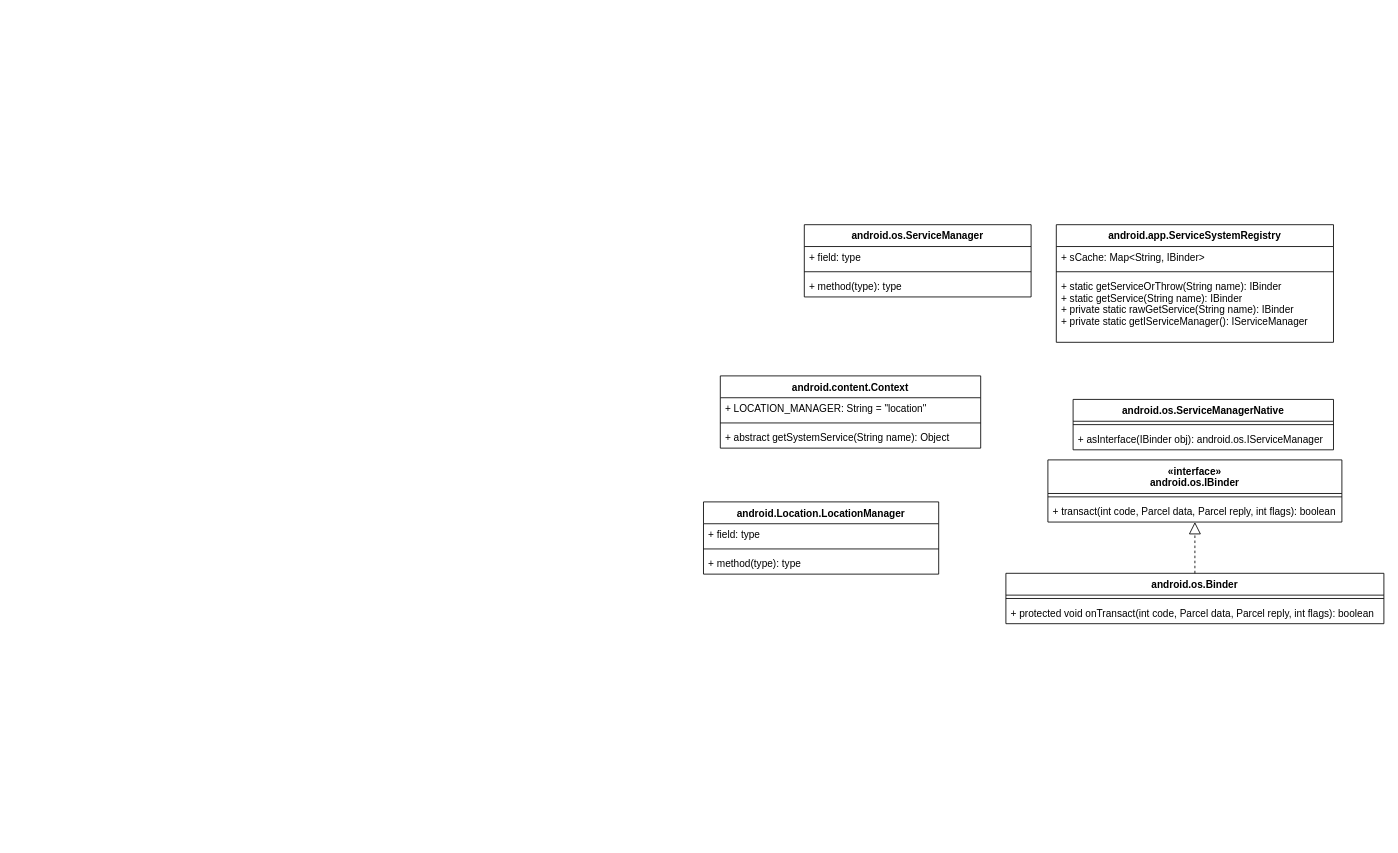
gogama/ruminations keeps this draw.io diagram as android/devices/cedric/gps.conf/cedric-location-system.drawio. Above is the earlier version. Source tidied: cells renumbered, new cells numbered last; positions are measured from the earlier drawing's top-left corner, leaving out a move shared by most shapes. Both pictures are drawn from the tidied source at 84%, with x=0, y=0 at pixel (703, 224).
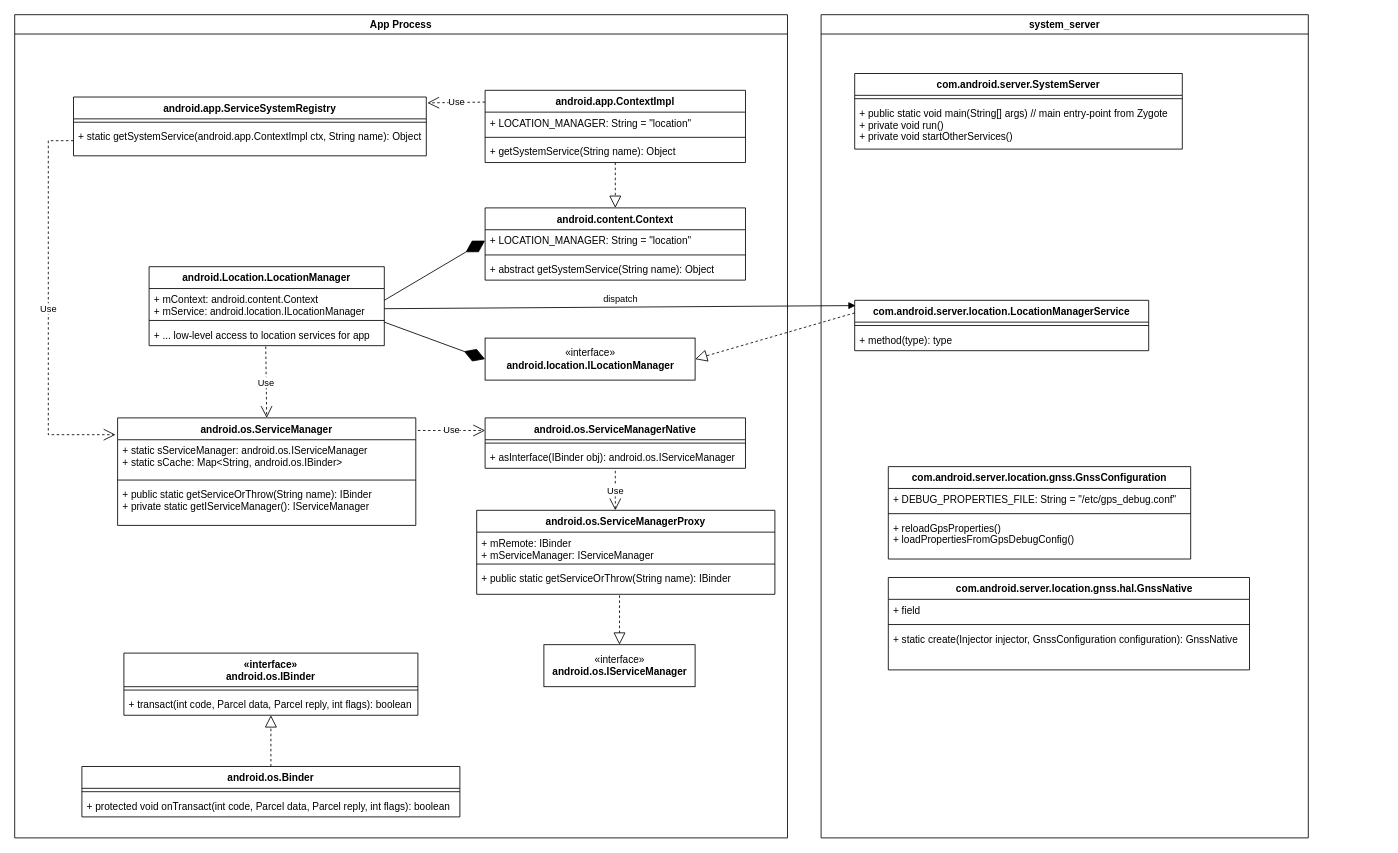
Above is the later version.

Commit message:
Update UML-ish diagram of cedric location system

From what I can tell so far, it seems that any configuration you want
to overlay over whatever comes from the "carrier configuration" must
come from `/etc/gps_debug.conf`, but we shall see.

Unchanged cells that the change refers to:
```xml
<mxCell id="20" value="+ asInterface(IBinder obj): android.os.IServiceManager" style="text;strokeColor=none;fillColor=none;align=left;verticalAlign=top;spacingLeft=4;spacingRight=4;overflow=hidden;points=[[0,0.5],[1,0.5]];portConstraint=eastwest;" parent="18" vertex="1">
  <mxGeometry y="34" width="310" height="26" as="geometry" />
</mxCell>
```

Diff of the diagram source:
```diff
@@
+    <mxCell id="28" value="App Process" style="swimlane;" parent="1" vertex="1">
+      <mxGeometry x="-820" y="-250" width="920" height="980" as="geometry" />
+    </mxCell>
+    <mxCell id="29" value="Use" style="endArrow=open;endSize=12;dashed=1;html=1;rounded=0;exitX=0;exitY=0.5;exitDx=0;exitDy=0;" parent="28" edge="1" source="35">
+      <mxGeometry relative="1" as="geometry">
+        <mxPoint x="120" y="500" as="targetPoint" />
+        <Array as="points">
+          <mxPoint x="40" y="150" />
+          <mxPoint x="40" y="500" />
+        </Array>
+      </mxGeometry>
+    </mxCell>
+    <mxCell id="30" value="android.app.ContextImpl" style="swimlane;fontStyle=1;align=center;verticalAlign=top;horizontal=1;startSize=26;" parent="28" vertex="1">
+      <mxGeometry x="560" y="90" width="310" height="86" as="geometry" />
+    </mxCell>
+    <mxCell id="31" value="+ LOCATION_MANAGER: String = &quot;location&quot;" style="text;strokeColor=none;fillColor=none;align=left;verticalAlign=top;spacingLeft=4;spacingRight=4;overflow=hidden;" parent="30" vertex="1">
+      <mxGeometry y="26" width="310" height="26" as="geometry" />
+    </mxCell>
+    <mxCell id="32" style="line;strokeWidth=1;fillColor=none;align=left;verticalAlign=middle;spacingTop=-1;spacingLeft=3;spacingRight=3;labelPosition=right;" parent="30" vertex="1">
+      <mxGeometry y="52" width="310" height="8" as="geometry" />
+    </mxCell>
+    <mxCell id="33" value="+ getSystemService(String name): Object" style="text;strokeColor=none;fillColor=none;align=left;verticalAlign=top;spacingLeft=4;spacingRight=4;overflow=hidden;points=[[0,0.5],[1,0.5]];portConstraint=eastwest;" parent="30" vertex="1">
+      <mxGeometry y="60" width="310" height="26" as="geometry" />
+    </mxCell>
+    <mxCell id="14" value="android.app.ServiceSystemRegistry" style="swimlane;fontStyle=1;align=center;verticalAlign=top;horizontal=1;startSize=26;" parent="28" vertex="1">
+      <mxGeometry x="70" y="98" width="420" height="70" as="geometry" />
+    </mxCell>
+    <mxCell id="34" style="line;strokeWidth=1;fillColor=none;align=left;verticalAlign=middle;spacingTop=-1;spacingLeft=3;spacingRight=3;labelPosition=right;" parent="14" vertex="1">
+      <mxGeometry y="26" width="420" height="8" as="geometry" />
+    </mxCell>
+    <mxCell id="35" value="+ static getSystemService(android.app.ContextImpl ctx, String name): Object" style="text;strokeColor=none;fillColor=none;align=left;verticalAlign=top;spacingLeft=4;spacingRight=4;overflow=hidden;points=[[0,0.5],[1,0.5]];portConstraint=eastwest;" parent="14" vertex="1">
+      <mxGeometry y="34" width="420" height="36" as="geometry" />
+    </mxCell>
+    <mxCell id="36" value="Use" style="endArrow=open;endSize=12;dashed=1;html=1;rounded=0;entryX=1.003;entryY=0.1;entryDx=0;entryDy=0;entryPerimeter=0;" parent="28" edge="1" target="14">
+      <mxGeometry relative="1" as="geometry">
+        <mxPoint x="560" y="104" as="sourcePoint" />
+      </mxGeometry>
+    </mxCell>
     <mxCell id="2" value="android.Location.LocationManager" style="swimlane;fontStyle=1;align=center;verticalAlign=top;horizontal=1;startSize=26;" parent="1" vertex="1">
-      <mxGeometry y="330" width="280" height="86" as="geometry" />
+      <mxGeometry x="-660" y="50" width="280" height="94" as="geometry" />
     </mxCell>
-    <mxCell id="3" value="+ field: type" style="text;strokeColor=none;fillColor=none;align=left;verticalAlign=top;spacingLeft=4;spacingRight=4;overflow=hidden;" parent="2" vertex="1">
-      <mxGeometry y="26" width="280" height="26" as="geometry" />
-    </mxCell>
-    <mxCell id="4" style="line;strokeWidth=1;fillColor=none;align=left;verticalAlign=middle;spacingTop=-1;spacingLeft=3;spacingRight=3;labelPosition=right;" parent="2" vertex="1">
-      <mxGeometry y="52" width="280" height="8" as="geometry" />
-    </mxCell>
-    <mxCell id="5" value="+ method(type): type" style="text;strokeColor=none;fillColor=none;align=left;verticalAlign=top;spacingLeft=4;spacingRight=4;overflow=hidden;" parent="2" vertex="1">
-      <mxGeometry y="60" width="280" height="26" as="geometry" />
-    </mxCell>
+    <mxCell id="37" value="+ mContext: android.content.Context&#10;+ mService: android.location.ILocationManager" style="text;strokeColor=none;fillColor=none;align=left;verticalAlign=top;spacingLeft=4;spacingRight=4;overflow=hidden;points=[[0,0.5],[1,0.5]];portConstraint=eastwest;" parent="2" vertex="1">
+      <mxGeometry y="26" width="280" height="34" as="geometry" />
+    </mxCell>
+    <mxCell id="38" style="line;strokeWidth=1;fillColor=none;align=left;verticalAlign=middle;spacingTop=-1;spacingLeft=3;spacingRight=3;labelPosition=right;points=[];portConstraint=eastwest;" parent="2" vertex="1">
+      <mxGeometry y="60" width="280" height="8" as="geometry" />
+    </mxCell>
+    <mxCell id="39" value="+ ... low-level access to location services for app" style="text;strokeColor=none;fillColor=none;align=left;verticalAlign=top;spacingLeft=4;spacingRight=4;overflow=hidden;points=[[0,0.5],[1,0.5]];portConstraint=eastwest;" parent="2" vertex="1">
+      <mxGeometry y="68" width="280" height="26" as="geometry" />
+    </mxCell>
+    <mxCell id="40" value="«interface»&lt;br&gt;&lt;b&gt;android.location.ILocationManager&lt;/b&gt;" style="html=1;" parent="1" vertex="1">
+      <mxGeometry x="-260" y="135" width="250" height="50" as="geometry" />
+    </mxCell>
+    <mxCell id="41" style="endArrow=diamondThin;endFill=1;endSize=24;html=1;rounded=0;exitX=1;exitY=0.75;exitDx=0;exitDy=0;exitPerimeter=0;entryX=0;entryY=0.5;entryDx=0;entryDy=0;" parent="1" edge="1" source="38" target="40">
+      <mxGeometry relative="1" as="geometry" />
+    </mxCell>
     <mxCell id="6" value="android.content.Context" style="swimlane;fontStyle=1;align=center;verticalAlign=top;horizontal=1;startSize=26;" parent="1" vertex="1">
-      <mxGeometry x="20" y="180" width="310" height="86" as="geometry" />
+      <mxGeometry x="-260" y="-20" width="310" height="86" as="geometry" />
     </mxCell>
-    <mxCell id="7" value="+ LOCATION_MANAGER: String = &quot;location&quot;" style="text;strokeColor=none;fillColor=none;align=left;verticalAlign=top;spacingLeft=4;spacingRight=4;overflow=hidden;" parent="6" vertex="1">
-      <mxGeometry y="26" width="310" height="26" as="geometry" />
-    </mxCell>
-    <mxCell id="8" style="line;strokeWidth=1;fillColor=none;align=left;verticalAlign=middle;spacingTop=-1;spacingLeft=3;spacingRight=3;labelPosition=right;" parent="6" vertex="1">
-      <mxGeometry y="52" width="310" height="8" as="geometry" />
-    </mxCell>
+    <mxCell id="42" value="+ LOCATION_MANAGER: String = &quot;location&quot;" style="text;strokeColor=none;fillColor=none;align=left;verticalAlign=top;spacingLeft=4;spacingRight=4;overflow=hidden;points=[[0,0.5],[1,0.5]];portConstraint=eastwest;" parent="6" vertex="1">
+      <mxGeometry y="26" width="310" height="26" as="geometry" />
+    </mxCell>
+    <mxCell id="43" style="line;strokeWidth=1;fillColor=none;align=left;verticalAlign=middle;spacingTop=-1;spacingLeft=3;spacingRight=3;labelPosition=right;" parent="6" vertex="1">
+      <mxGeometry y="52" width="310" height="8" as="geometry" />
+    </mxCell>
@@
+    <mxCell id="44" style="endArrow=diamondThin;endFill=1;endSize=24;html=1;rounded=0;entryX=0;entryY=0.5;entryDx=0;entryDy=0;" parent="1" edge="1" target="42">
+      <mxGeometry relative="1" as="geometry">
+        <mxPoint x="-380" y="90" as="sourcePoint" />
+      </mxGeometry>
+    </mxCell>
     <mxCell id="10" value="android.os.ServiceManager" style="swimlane;fontStyle=1;align=center;verticalAlign=top;horizontal=1;startSize=26;" parent="1" vertex="1">
-      <mxGeometry x="120" width="270" height="86" as="geometry" />
+      <mxGeometry x="-697.5" y="230" width="355" height="128" as="geometry" />
     </mxCell>
-    <mxCell id="11" value="+ field: type" style="text;strokeColor=none;fillColor=none;align=left;verticalAlign=top;spacingLeft=4;spacingRight=4;overflow=hidden;" parent="10" vertex="1">
-      <mxGeometry y="26" width="270" height="26" as="geometry" />
-    </mxCell>
-    <mxCell id="12" style="line;strokeWidth=1;fillColor=none;align=left;verticalAlign=middle;spacingTop=-1;spacingLeft=3;spacingRight=3;labelPosition=right;" parent="10" vertex="1">
-      <mxGeometry y="52" width="270" height="8" as="geometry" />
-    </mxCell>
-    <mxCell id="13" value="+ method(type): type" style="text;strokeColor=none;fillColor=none;align=left;verticalAlign=top;spacingLeft=4;spacingRight=4;overflow=hidden;" parent="10" vertex="1">
-      <mxGeometry y="60" width="270" height="26" as="geometry" />
-    </mxCell>
-    <mxCell id="14" value="android.app.ServiceSystemRegistry" style="swimlane;fontStyle=1;align=center;verticalAlign=top;horizontal=1;startSize=26;" parent="1" vertex="1">
-      <mxGeometry x="420" width="330" height="140" as="geometry" />
-    </mxCell>
-    <mxCell id="15" value="+ sCache: Map&lt;String, IBinder&gt;" style="text;strokeColor=none;fillColor=none;align=left;verticalAlign=top;spacingLeft=4;spacingRight=4;overflow=hidden;" parent="14" vertex="1">
-      <mxGeometry y="26" width="330" height="26" as="geometry" />
-    </mxCell>
-    <mxCell id="16" style="line;strokeWidth=1;fillColor=none;align=left;verticalAlign=middle;spacingTop=-1;spacingLeft=3;spacingRight=3;labelPosition=right;" parent="14" vertex="1">
-      <mxGeometry y="52" width="330" height="8" as="geometry" />
-    </mxCell>
-    <mxCell id="17" value="+ static getServiceOrThrow(String name): IBinder&#10;+ static getService(String name): IBinder&#10;+ private static rawGetService(String name): IBinder&#10;+ private static getIServiceManager(): IServiceManager" style="text;strokeColor=none;fillColor=none;align=left;verticalAlign=top;spacingLeft=4;spacingRight=4;overflow=hidden;" parent="14" vertex="1">
-      <mxGeometry y="60" width="330" height="80" as="geometry" />
-    </mxCell>
+    <mxCell id="45" value="+ static sServiceManager: android.os.IServiceManager&#10;+ static sCache: Map&lt;String, android.os.IBinder&gt;" style="text;strokeColor=none;fillColor=none;align=left;verticalAlign=top;spacingLeft=4;spacingRight=4;overflow=hidden;" parent="10" vertex="1">
+      <mxGeometry y="26" width="355" height="44" as="geometry" />
+    </mxCell>
+    <mxCell id="46" style="line;strokeWidth=1;fillColor=none;align=left;verticalAlign=middle;spacingTop=-1;spacingLeft=3;spacingRight=3;labelPosition=right;" parent="10" vertex="1">
+      <mxGeometry y="70" width="355" height="8" as="geometry" />
+    </mxCell>
+    <mxCell id="47" value="+ public static getServiceOrThrow(String name): IBinder&#10;+ private static getIServiceManager(): IServiceManager" style="text;strokeColor=none;fillColor=none;align=left;verticalAlign=top;spacingLeft=4;spacingRight=4;overflow=hidden;" parent="10" vertex="1">
+      <mxGeometry y="78" width="355" height="50" as="geometry" />
+    </mxCell>
+    <mxCell id="48" value="Use" style="endArrow=open;endSize=12;dashed=1;html=1;rounded=0;exitX=0.496;exitY=1.038;exitDx=0;exitDy=0;exitPerimeter=0;entryX=0.5;entryY=0;entryDx=0;entryDy=0;" parent="1" edge="1" source="39" target="10">
+      <mxGeometry relative="1" as="geometry" />
+    </mxCell>
     <mxCell id="18" value="android.os.ServiceManagerNative" style="swimlane;fontStyle=1;align=center;verticalAlign=top;horizontal=1;startSize=26;" parent="1" vertex="1">
-      <mxGeometry x="440" y="208" width="310" height="60" as="geometry" />
+      <mxGeometry x="-260" y="230" width="310" height="60" as="geometry" />
     </mxCell>
@@
+    <mxCell id="49" value="«interface»&lt;br&gt;&lt;b&gt;android.os.IServiceManager&lt;/b&gt;" style="html=1;" parent="1" vertex="1">
+      <mxGeometry x="-190" y="500" width="180" height="50" as="geometry" />
+    </mxCell>
+    <mxCell id="50" value="Use" style="endArrow=open;endSize=12;dashed=1;html=1;rounded=0;exitX=0.5;exitY=1.115;exitDx=0;exitDy=0;exitPerimeter=0;" parent="1" edge="1" source="20">
+      <mxGeometry relative="1" as="geometry">
+        <mxPoint x="-105" y="340" as="targetPoint" />
+      </mxGeometry>
+    </mxCell>
+    <mxCell id="51" value="Use" style="endArrow=open;endSize=12;dashed=1;html=1;rounded=0;entryX=0;entryY=0.25;entryDx=0;entryDy=0;" parent="1" edge="1" target="18">
+      <mxGeometry relative="1" as="geometry">
+        <mxPoint x="-340" y="245" as="sourcePoint" />
+      </mxGeometry>
+    </mxCell>
     <mxCell id="21" value="android.os.Binder" style="swimlane;fontStyle=1;align=center;verticalAlign=top;horizontal=1;startSize=26;" parent="1" vertex="1">
-      <mxGeometry x="360" y="415" width="450" height="60" as="geometry" />
+      <mxGeometry x="-740" y="645" width="450" height="60" as="geometry" />
     </mxCell>
@@
     <mxCell id="24" value="«interface»&#10;android.os.IBinder" style="swimlane;fontStyle=1;align=center;verticalAlign=top;horizontal=1;startSize=40;" parent="1" vertex="1">
-      <mxGeometry x="410" y="280" width="350" height="74" as="geometry" />
+      <mxGeometry x="-690" y="510" width="350" height="74" as="geometry" />
     </mxCell>
@@
+    <mxCell id="52" style="endArrow=block;dashed=1;endFill=0;endSize=12;html=1;rounded=0;entryX=0.5;entryY=0;entryDx=0;entryDy=0;" parent="1" edge="1" source="33" target="6">
+      <mxGeometry relative="1" as="geometry" />
+    </mxCell>
+    <mxCell id="53" value="android.os.ServiceManagerProxy" style="swimlane;fontStyle=1;align=center;verticalAlign=top;horizontal=1;startSize=26;" parent="1" vertex="1">
+      <mxGeometry x="-270" y="340" width="355" height="100" as="geometry" />
+    </mxCell>
+    <mxCell id="54" value="+ mRemote: IBinder&#10;+ mServiceManager: IServiceManager" style="text;strokeColor=none;fillColor=none;align=left;verticalAlign=top;spacingLeft=4;spacingRight=4;overflow=hidden;" parent="53" vertex="1">
+      <mxGeometry y="26" width="355" height="34" as="geometry" />
+    </mxCell>
+    <mxCell id="55" style="line;strokeWidth=1;fillColor=none;align=left;verticalAlign=middle;spacingTop=-1;spacingLeft=3;spacingRight=3;labelPosition=right;" parent="53" vertex="1">
+      <mxGeometry y="60" width="355" height="8" as="geometry" />
+    </mxCell>
+    <mxCell id="56" value="+ public static getServiceOrThrow(String name): IBinder" style="text;strokeColor=none;fillColor=none;align=left;verticalAlign=top;spacingLeft=4;spacingRight=4;overflow=hidden;points=[[0,0.5],[1,0.5]];portConstraint=eastwest;" parent="53" vertex="1">
+      <mxGeometry y="68" width="355" height="32" as="geometry" />
+    </mxCell>
+    <mxCell id="57" style="endArrow=block;dashed=1;endFill=0;endSize=12;html=1;rounded=0;entryX=0.5;entryY=0;entryDx=0;entryDy=0;exitX=0.479;exitY=1.04;exitDx=0;exitDy=0;exitPerimeter=0;" parent="1" edge="1" source="56" target="49">
+      <mxGeometry relative="1" as="geometry" />
+    </mxCell>
+    <mxCell id="58" value="system_server" style="swimlane;" parent="1" vertex="1">
+      <mxGeometry x="140" y="-250" width="580" height="980" as="geometry" />
+    </mxCell>
+    <mxCell id="59" value="com.android.server.SystemServer" style="swimlane;fontStyle=1;align=center;verticalAlign=top;horizontal=1;startSize=26;" parent="58" vertex="1">
+      <mxGeometry x="40" y="70" width="390" height="90" as="geometry" />
+    </mxCell>
+    <mxCell id="60" style="line;strokeWidth=1;fillColor=none;align=left;verticalAlign=middle;spacingTop=-1;spacingLeft=3;spacingRight=3;labelPosition=right;" parent="59" vertex="1">
+      <mxGeometry y="26" width="390" height="8" as="geometry" />
+    </mxCell>
+    <mxCell id="61" value="+ public static void main(String[] args) // main entry-point from Zygote&#10;+ private void run()&#10;+ private void startOtherServices()" style="text;strokeColor=none;fillColor=none;align=left;verticalAlign=top;spacingLeft=4;spacingRight=4;overflow=hidden;" parent="59" vertex="1">
+      <mxGeometry y="34" width="390" height="56" as="geometry" />
+    </mxCell>
+    <mxCell id="62" value="com.android.server.location.LocationManagerService" style="swimlane;fontStyle=1;align=center;verticalAlign=top;horizontal=1;startSize=26;" parent="58" vertex="1">
+      <mxGeometry x="40" y="340" width="350" height="60" as="geometry" />
+    </mxCell>
+    <mxCell id="63" style="line;strokeWidth=1;fillColor=none;align=left;verticalAlign=middle;spacingTop=-1;spacingLeft=3;spacingRight=3;labelPosition=right;" parent="62" vertex="1">
+      <mxGeometry y="26" width="350" height="8" as="geometry" />
+    </mxCell>
+    <mxCell id="64" value="+ method(type): type" style="text;strokeColor=none;fillColor=none;align=left;verticalAlign=top;spacingLeft=4;spacingRight=4;overflow=hidden;" parent="62" vertex="1">
+      <mxGeometry y="34" width="350" height="26" as="geometry" />
+    </mxCell>
+    <mxCell id="65" value="com.android.server.location.gnss.GnssConfiguration" style="swimlane;fontStyle=1;align=center;verticalAlign=top;horizontal=1;startSize=26;" parent="58" vertex="1">
+      <mxGeometry x="80" y="538" width="360" height="110" as="geometry" />
+    </mxCell>
+    <mxCell id="66" value="+ DEBUG_PROPERTIES_FILE: String = &quot;/etc/gps_debug.conf&quot;" style="text;strokeColor=none;fillColor=none;align=left;verticalAlign=top;spacingLeft=4;spacingRight=4;overflow=hidden;" parent="65" vertex="1">
+      <mxGeometry y="26" width="360" height="26" as="geometry" />
+    </mxCell>
+    <mxCell id="67" style="line;strokeWidth=1;fillColor=none;align=left;verticalAlign=middle;spacingTop=-1;spacingLeft=3;spacingRight=3;labelPosition=right;" parent="65" vertex="1">
+      <mxGeometry y="52" width="360" height="8" as="geometry" />
+    </mxCell>
+    <mxCell id="68" value="+ reloadGpsProperties()&#10;+ loadPropertiesFromGpsDebugConfig()" style="text;strokeColor=none;fillColor=none;align=left;verticalAlign=top;spacingLeft=4;spacingRight=4;overflow=hidden;" parent="65" vertex="1">
+      <mxGeometry y="60" width="360" height="50" as="geometry" />
+    </mxCell>
+    <mxCell id="69" value="    com.android.server.location.gnss.hal.GnssNative" style="swimlane;fontStyle=1;align=center;verticalAlign=top;horizontal=1;startSize=26;" parent="58" vertex="1">
+      <mxGeometry x="80" y="670" width="430" height="110" as="geometry" />
+    </mxCell>
+    <mxCell id="70" value="+ field" style="text;strokeColor=none;fillColor=none;align=left;verticalAlign=top;spacingLeft=4;spacingRight=4;overflow=hidden;" parent="69" vertex="1">
+      <mxGeometry y="26" width="430" height="26" as="geometry" />
+    </mxCell>
+    <mxCell id="71" style="line;strokeWidth=1;fillColor=none;align=left;verticalAlign=middle;spacingTop=-1;spacingLeft=3;spacingRight=3;labelPosition=right;" parent="69" vertex="1">
+      <mxGeometry y="52" width="430" height="8" as="geometry" />
+    </mxCell>
+    <mxCell id="72" value="+ static create(Injector injector, GnssConfiguration configuration): GnssNative" style="text;strokeColor=none;fillColor=none;align=left;verticalAlign=top;spacingLeft=4;spacingRight=4;overflow=hidden;" parent="69" vertex="1">
+      <mxGeometry y="60" width="430" height="50" as="geometry" />
+    </mxCell>
+    <mxCell id="73" style="endArrow=block;dashed=1;endFill=0;endSize=12;html=1;rounded=0;entryX=1;entryY=0.5;entryDx=0;entryDy=0;exitX=0;exitY=0.25;exitDx=0;exitDy=0;" parent="1" edge="1" source="62" target="40">
+      <mxGeometry relative="1" as="geometry" />
+    </mxCell>
+    <mxCell id="74" value="dispatch" style="html=1;verticalAlign=bottom;endArrow=block;rounded=0;entryX=0.003;entryY=0.105;entryDx=0;entryDy=0;entryPerimeter=0;exitX=1;exitY=0.706;exitDx=0;exitDy=0;exitPerimeter=0;" parent="1" edge="1" source="37" target="62">
+      <mxGeometry relative="1" as="geometry" />
+    </mxCell>
```
